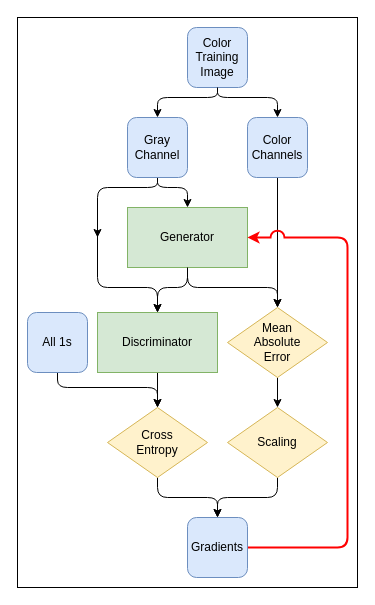
Before: page "Page-2" (2 of 6) of resources/Training_loops.drawio in jlombino/Image-Colorizer, a draw.io diagram. Source tidied: cells renumbered, new cells numbered last; positions are measured from the earlier drawing's top-left corner, leaving out a move shared by most shapes. Both pictures are drawn from the tidied source at 100%, with x=0, y=0 at pixel (17, 17).
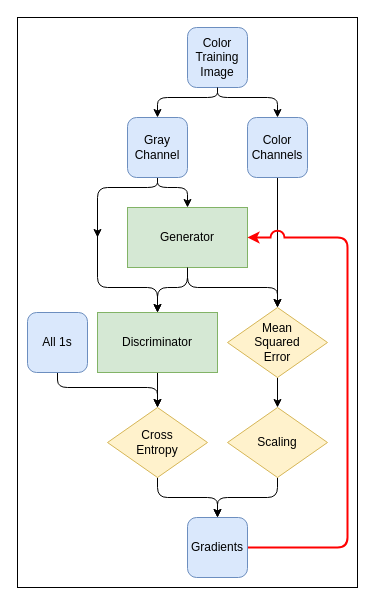
After the change.

What changed in the source:
```diff
@@
-    <mxCell id="26" value="Mean&lt;br&gt;Absolute&lt;br&gt;Error" style="rhombus;whiteSpace=wrap;html=1;rounded=0;fillColor=#fff2cc;strokeColor=#d6b656;" parent="1" vertex="1">
+    <mxCell id="26" value="Mean&lt;br&gt;Squared&lt;br&gt;Error" style="rhombus;whiteSpace=wrap;html=1;rounded=0;fillColor=#fff2cc;strokeColor=#d6b656;" parent="1" vertex="1">
       <mxGeometry x="210" y="290" width="100" height="70" as="geometry" />
     </mxCell>
```
